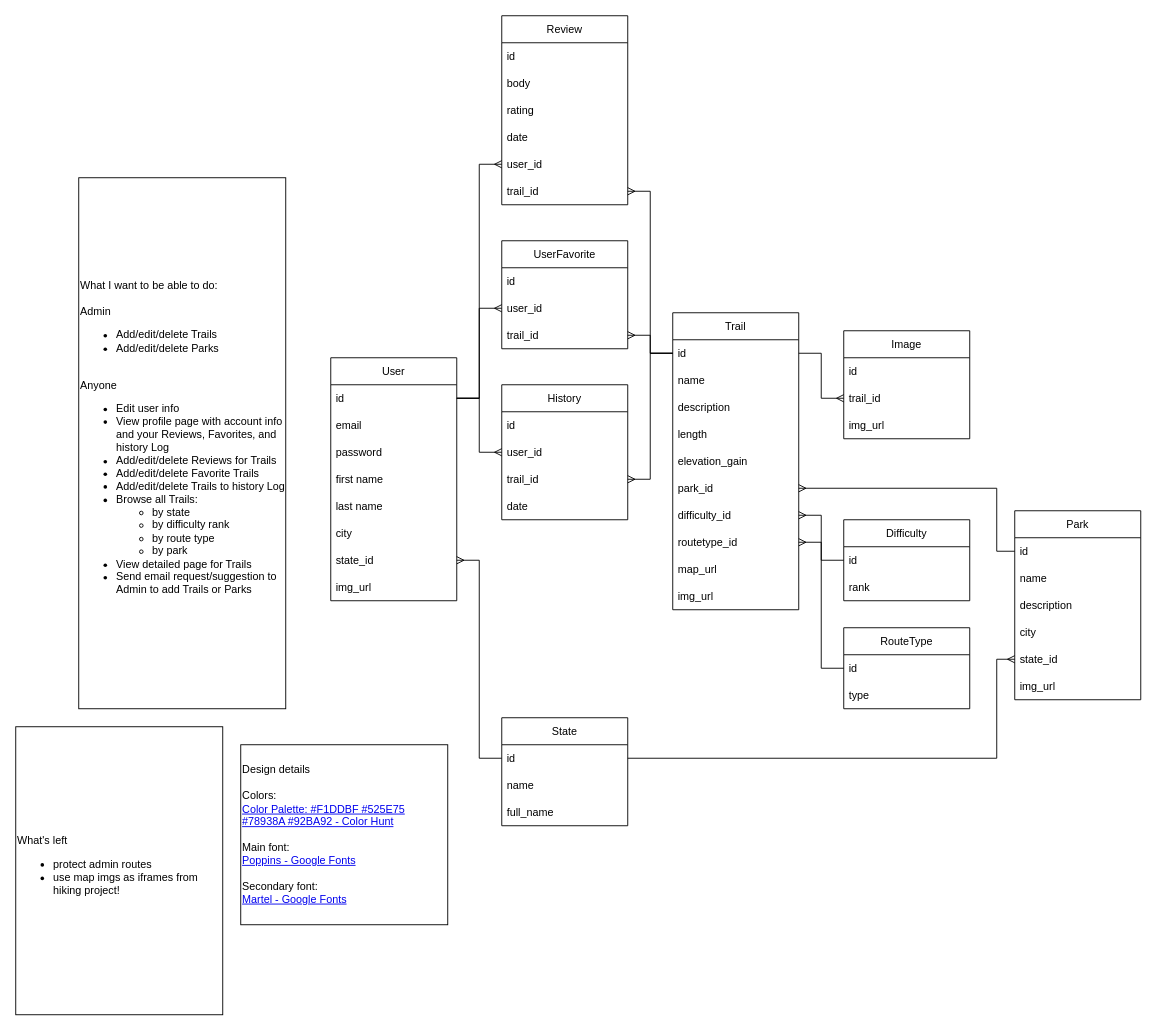
gdbecker/HikingVentures keeps this draw.io diagram as planning/HikingVentures Brainstorming.drawio. Above is the earlier version. Source tidied: cells renumbered, new cells numbered last; positions are measured from the earlier drawing's top-left corner, leaving out a move shared by most shapes. Both pictures are drawn from the tidied source at 90%, with x=0, y=0 at pixel (15, 15).
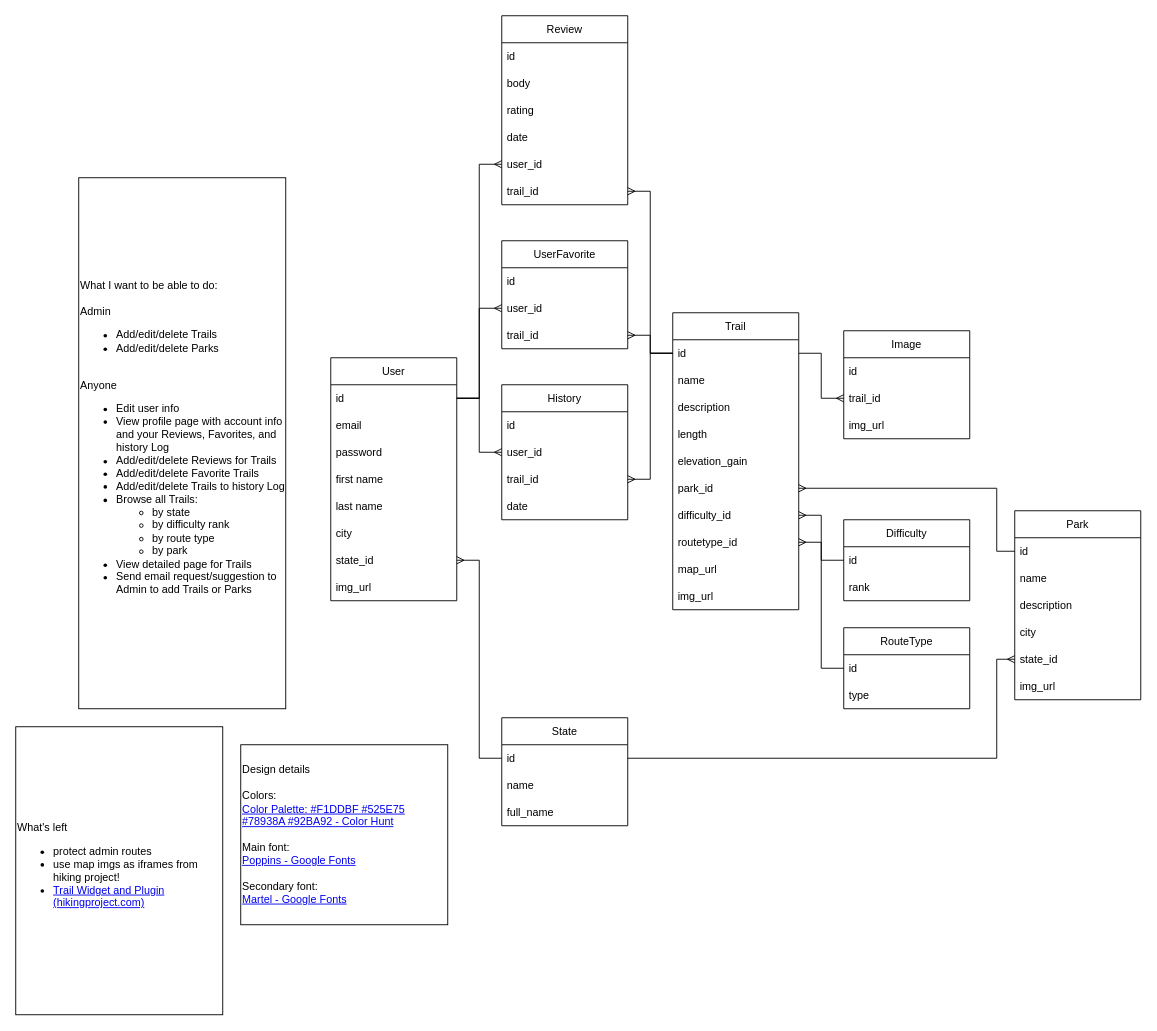
The same page after the edit.

Diff of the diagram source:
```diff
@@
-    <mxCell id="73" value="What's left&lt;br&gt;&lt;ul&gt;&lt;li&gt;protect admin routes&lt;/li&gt;&lt;li&gt;use map imgs as iframes from hiking project!&lt;/li&gt;&lt;/ul&gt;" style="rounded=0;whiteSpace=wrap;html=1;align=left;" parent="1" vertex="1">
+    <mxCell id="73" value="What's left&lt;br&gt;&lt;ul&gt;&lt;li&gt;protect admin routes&lt;/li&gt;&lt;li&gt;use map imgs as iframes from hiking project!&lt;/li&gt;&lt;li&gt;&lt;a href=&quot;https://www.hikingproject.com/widget/trail-config&quot;&gt;Trail Widget and Plugin (hikingproject.com)&lt;/a&gt;&lt;br&gt;&lt;/li&gt;&lt;/ul&gt;" style="rounded=0;whiteSpace=wrap;html=1;align=left;" parent="1" vertex="1">
       <mxGeometry y="790" width="230" height="320" as="geometry" />
     </mxCell>
```
